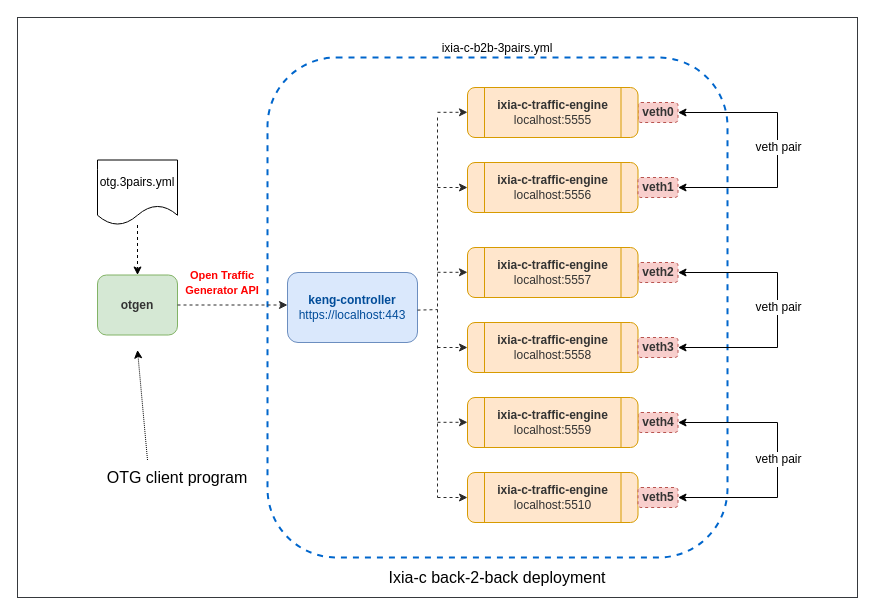
Earlier version of the draw.io diagram page "b2b-3pairs" (3 of 9) of drawio/otg-examples.drawio (open-traffic-generator/otg-examples). Source tidied: cells renumbered, new cells numbered last; positions are measured from the earlier drawing's top-left corner, leaving out a move shared by most shapes. Both pictures are drawn from the tidied source at 100%, with x=0, y=0 at pixel (17, 17).
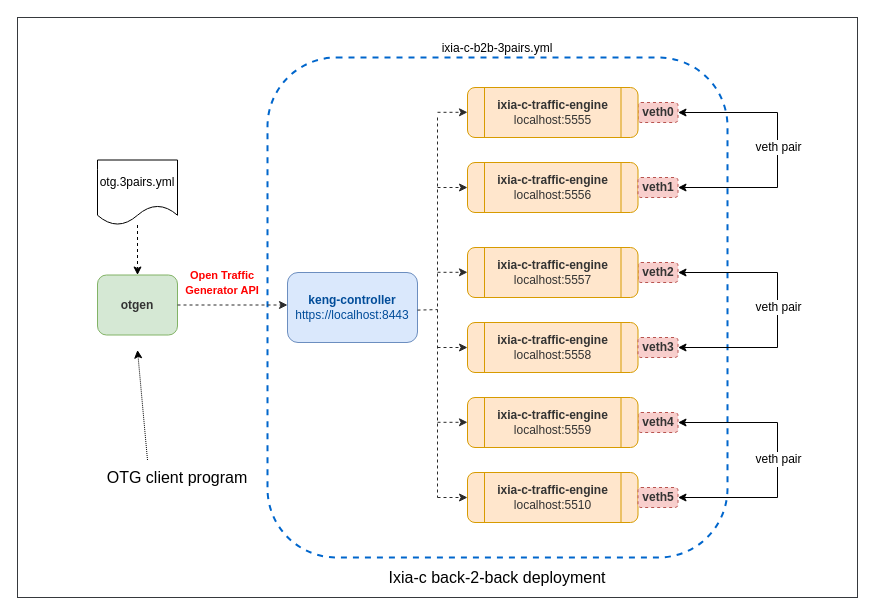
After the change.

Diff of the diagram source:
```diff
@@
-    <mxCell id="6" value="&lt;font style=&quot;&quot; color=&quot;#004c99&quot;&gt;&lt;b&gt;keng-controller&lt;/b&gt;&lt;br&gt;https://localhost:443&lt;br&gt;&lt;/font&gt;" style="rounded=1;whiteSpace=wrap;html=1;fillColor=#dae8fc;strokeColor=#6c8ebf;" parent="1" vertex="1">
+    <mxCell id="6" value="&lt;font style=&quot;&quot; color=&quot;#004c99&quot;&gt;&lt;b&gt;keng-controller&lt;/b&gt;&lt;br&gt;https://localhost:8443&lt;br&gt;&lt;/font&gt;" style="rounded=1;whiteSpace=wrap;html=1;fillColor=#dae8fc;strokeColor=#6c8ebf;" parent="1" vertex="1">
       <mxGeometry x="270" y="255" width="130" height="70" as="geometry" />
     </mxCell>
```
